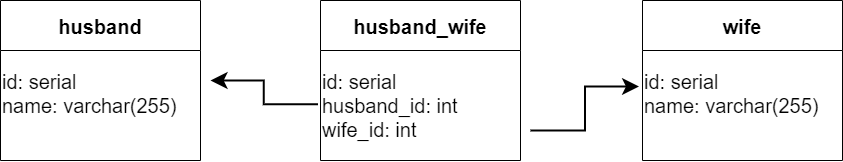
Above: sql/taxiDrivers_passengers.png in chykh/job4j_design (draw.io), before the change. Source tidied: cells renumbered, new cells last; positions are measured from the earlier drawing's top-left corner, leaving out a move shared by most shapes.
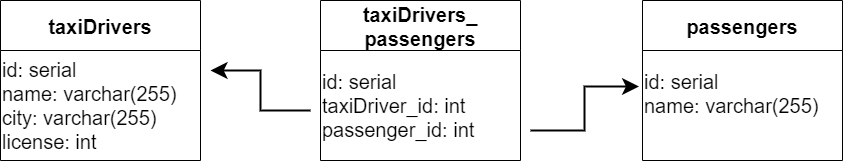
Later version of the same file.

What changed in the source:
```diff
@@ -2,24 +2,25 @@
   <root>
     <mxCell id="0" />
     <mxCell id="1" parent="0" />
-    <mxCell id="2" value="husband" style="swimlane;startSize=50;fontSize=20;" parent="1" vertex="1">
+    <mxCell id="2" value="taxiDrivers" style="swimlane;startSize=50;fontSize=20;" parent="1" vertex="1">
       <mxGeometry width="200" height="160" as="geometry" />
     </mxCell>
-    <mxCell id="3" value="&lt;font style=&quot;font-size: 20px;&quot;&gt;id: serial&lt;br&gt;name: varchar(255)&lt;br&gt;&lt;br&gt;&lt;/font&gt;" style="text;html=1;align=left;verticalAlign=middle;strokeColor=none;fillColor=none;fontSize=14;" parent="2" vertex="1">
-      <mxGeometry y="60" width="200" height="90" as="geometry" />
+    <mxCell id="3" value="&lt;font style=&quot;font-size: 20px;&quot;&gt;id: serial&lt;br&gt;name: varchar(255)&lt;br&gt;city: varchar(255)&lt;br&gt;license: int&lt;br&gt;&lt;/font&gt;" style="text;html=1;align=left;verticalAlign=middle;strokeColor=none;fillColor=none;fontSize=14;" parent="2" vertex="1">
+      <mxGeometry y="50" width="200" height="110" as="geometry" />
     </mxCell>
-    <mxCell id="4" value="husband_wife" style="swimlane;startSize=50;fontSize=20;" parent="1" vertex="1">
+    <mxCell id="4" value="taxiDrivers_&#10;passengers" style="swimlane;startSize=50;fontSize=20;" parent="1" vertex="1">
       <mxGeometry x="320" width="200" height="160" as="geometry" />
     </mxCell>
-    <mxCell id="5" value="&lt;font style=&quot;font-size: 20px;&quot;&gt;id: serial&lt;br&gt;husband_id: int&lt;br&gt;wife_id: int&lt;br&gt;&lt;/font&gt;" style="text;html=1;align=left;verticalAlign=middle;points=[];strokeColor=none;fillColor=none;fontSize=14;" parent="4" vertex="1">
-      <mxGeometry y="60" width="160" height="90" as="geometry" />
+    <mxCell id="5" value="&lt;font style=&quot;font-size: 20px;&quot;&gt;id: serial&lt;br&gt;taxiDriver_id: int&lt;br&gt;passenger_id: int&lt;br&gt;&lt;/font&gt;" style="text;html=1;align=left;verticalAlign=middle;points=[];strokeColor=none;fillColor=none;fontSize=14;" parent="4" vertex="1">
+      <mxGeometry y="60" width="180" height="90" as="geometry" />
     </mxCell>
-    <mxCell id="6" style="edgeStyle=elbowEdgeStyle;elbow=horizontal;endArrow=classic;html=1;rounded=0;fontSize=20;strokeWidth=2;endSize=11;exitX=-0.016;exitY=0.485;exitDx=0;exitDy=0;exitPerimeter=0;" parent="1" edge="1" source="5">
+    <mxCell id="6" style="edgeStyle=elbowEdgeStyle;elbow=horizontal;endArrow=classic;html=1;rounded=0;fontSize=20;strokeWidth=2;endSize=11;" parent="1" edge="1">
       <mxGeometry relative="1" as="geometry">
-        <mxPoint x="210" y="80" as="targetPoint" />
+        <mxPoint x="310" y="110" as="sourcePoint" />
+        <mxPoint x="210" y="70" as="targetPoint" />
       </mxGeometry>
     </mxCell>
-    <mxCell id="7" value="wife" style="swimlane;startSize=50;fontSize=20;" parent="1" vertex="1">
+    <mxCell id="7" value="passengers" style="swimlane;startSize=50;fontSize=20;" parent="1" vertex="1">
       <mxGeometry x="642" width="200" height="160" as="geometry" />
     </mxCell>
     <mxCell id="8" value="&lt;font style=&quot;font-size: 20px;&quot;&gt;id: serial&lt;br&gt;name: varchar(255)&lt;br&gt;&lt;br&gt;&lt;/font&gt;" style="text;html=1;align=left;verticalAlign=middle;points=[];strokeColor=none;fillColor=none;fontSize=14;" parent="7" vertex="1">
```
